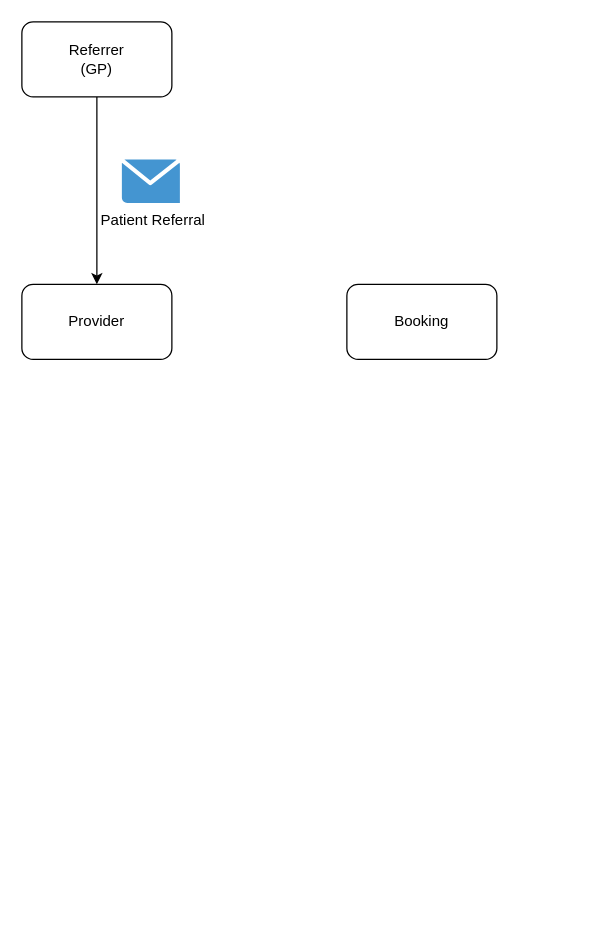
Earlier version of the draw.io diagram Letter-sending-workflow.drawio (kitjenz/draw). Source tidied: cells renumbered, new cells numbered last; positions are measured from the earlier drawing's top-left corner, leaving out a move shared by most shapes. Both pictures are drawn from the tidied source at 125%, with x=0, y=0 at pixel (21, 21).
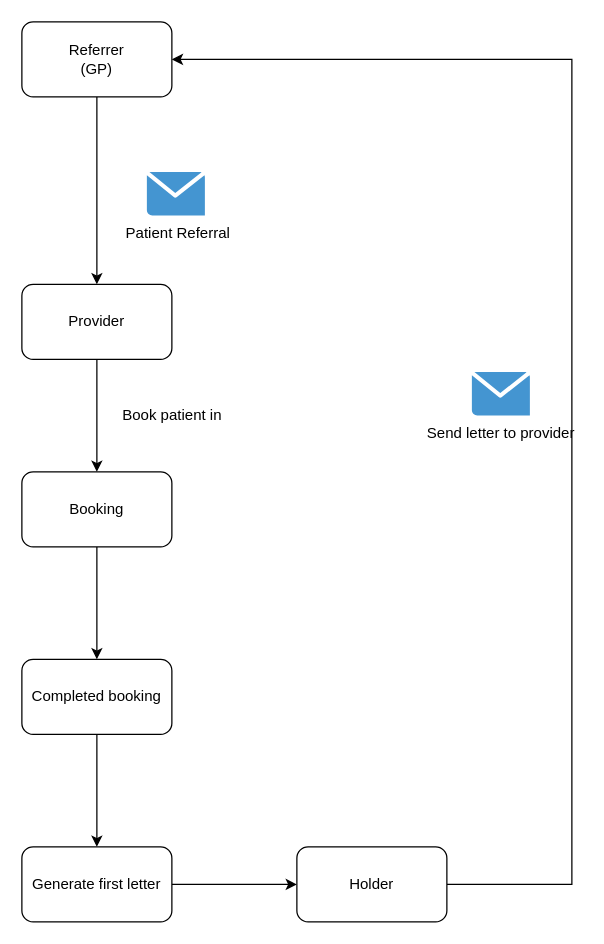
Above is the later version.

What changed in the source:
```diff
@@
 <mxGraphModel>
   <root>
     <mxCell id="0" />
     <mxCell id="1" parent="0" />
+    <mxCell id="7" style="edgeStyle=orthogonalEdgeStyle;rounded=0;jettySize=auto;html=1;" parent="1" edge="1" source="2" target="6">
+      <mxGeometry relative="1" as="geometry" />
+    </mxCell>
     <mxCell id="2" value="Provider" style="rounded=1;whiteSpace=wrap;html=1;" parent="1" vertex="1">
       <mxGeometry y="210" width="120" height="60" as="geometry" />
     </mxCell>
     <mxCell id="3" style="edgeStyle=orthogonalEdgeStyle;rounded=0;jettySize=auto;html=1;entryX=0.5;entryY=0;entryDx=0;entryDy=0;" parent="1" edge="1" source="4" target="2">
       <mxGeometry relative="1" as="geometry" />
     </mxCell>
     <mxCell id="4" value="Referrer&lt;br&gt;(GP)" style="rounded=1;whiteSpace=wrap;html=1;" parent="1" vertex="1">
       <mxGeometry width="120" height="60" as="geometry" />
     </mxCell>
     <mxCell id="5" value="&amp;nbsp;Patient Referral" style="shadow=0;dashed=0;html=1;strokeColor=none;fillColor=#4495D1;labelPosition=center;verticalLabelPosition=bottom;verticalAlign=top;align=center;shape=mxgraph.veeam.2d.letter;" parent="1" vertex="1">
-      <mxGeometry x="80" y="110" width="46.4" height="34.8" as="geometry" />
+      <mxGeometry x="100" y="120" width="46.4" height="34.8" as="geometry" />
     </mxCell>
+    <mxCell id="8" style="edgeStyle=orthogonalEdgeStyle;rounded=0;jettySize=auto;html=1;entryX=0.5;entryY=0;entryDx=0;entryDy=0;" parent="1" edge="1" source="6" target="11">
+      <mxGeometry relative="1" as="geometry" />
+    </mxCell>
     <mxCell id="6" value="Booking" style="rounded=1;whiteSpace=wrap;html=1;" parent="1" vertex="1">
-      <mxGeometry x="260" y="210" width="120" height="60" as="geometry" />
+      <mxGeometry y="360" width="120" height="60" as="geometry" />
     </mxCell>
+    <mxCell id="9" value="Book patient in" style="text;html=1;align=center;verticalAlign=middle;strokeColor=none;fillColor=none;" parent="1" vertex="1">
+      <mxGeometry x="70" y="300" width="100" height="30" as="geometry" />
+    </mxCell>
+    <mxCell id="10" style="edgeStyle=orthogonalEdgeStyle;rounded=0;jettySize=auto;html=1;entryX=0.5;entryY=0;entryDx=0;entryDy=0;" parent="1" edge="1" source="11" target="13">
+      <mxGeometry relative="1" as="geometry" />
+    </mxCell>
+    <mxCell id="11" value="Completed booking" style="rounded=1;whiteSpace=wrap;html=1;" parent="1" vertex="1">
+      <mxGeometry y="510" width="120" height="60" as="geometry" />
+    </mxCell>
+    <mxCell id="12" style="edgeStyle=orthogonalEdgeStyle;rounded=0;jettySize=auto;html=1;entryX=0;entryY=0.5;entryDx=0;entryDy=0;" parent="1" edge="1" source="13" target="15">
+      <mxGeometry relative="1" as="geometry" />
+    </mxCell>
+    <mxCell id="13" value="Generate first letter" style="rounded=1;whiteSpace=wrap;html=1;" parent="1" vertex="1">
+      <mxGeometry y="660" width="120" height="60" as="geometry" />
+    </mxCell>
+    <mxCell id="14" style="edgeStyle=orthogonalEdgeStyle;rounded=0;jettySize=auto;html=1;entryX=1;entryY=0.5;entryDx=0;entryDy=0;" parent="1" edge="1" source="15" target="4">
+      <mxGeometry relative="1" as="geometry">
+        <Array as="points">
+          <mxPoint x="440" y="690" />
+          <mxPoint x="440" y="30" />
+        </Array>
+      </mxGeometry>
+    </mxCell>
+    <mxCell id="15" value="Holder" style="rounded=1;whiteSpace=wrap;html=1;" parent="1" vertex="1">
+      <mxGeometry x="220" y="660" width="120" height="60" as="geometry" />
+    </mxCell>
+    <mxCell id="16" value="Send letter to provider" style="shadow=0;dashed=0;html=1;strokeColor=none;fillColor=#4495D1;labelPosition=center;verticalLabelPosition=bottom;verticalAlign=top;align=center;shape=mxgraph.veeam.2d.letter;" parent="1" vertex="1">
+      <mxGeometry x="360" y="280" width="46.4" height="34.8" as="geometry" />
+    </mxCell>
   </root>
 </mxGraphModel>
```
